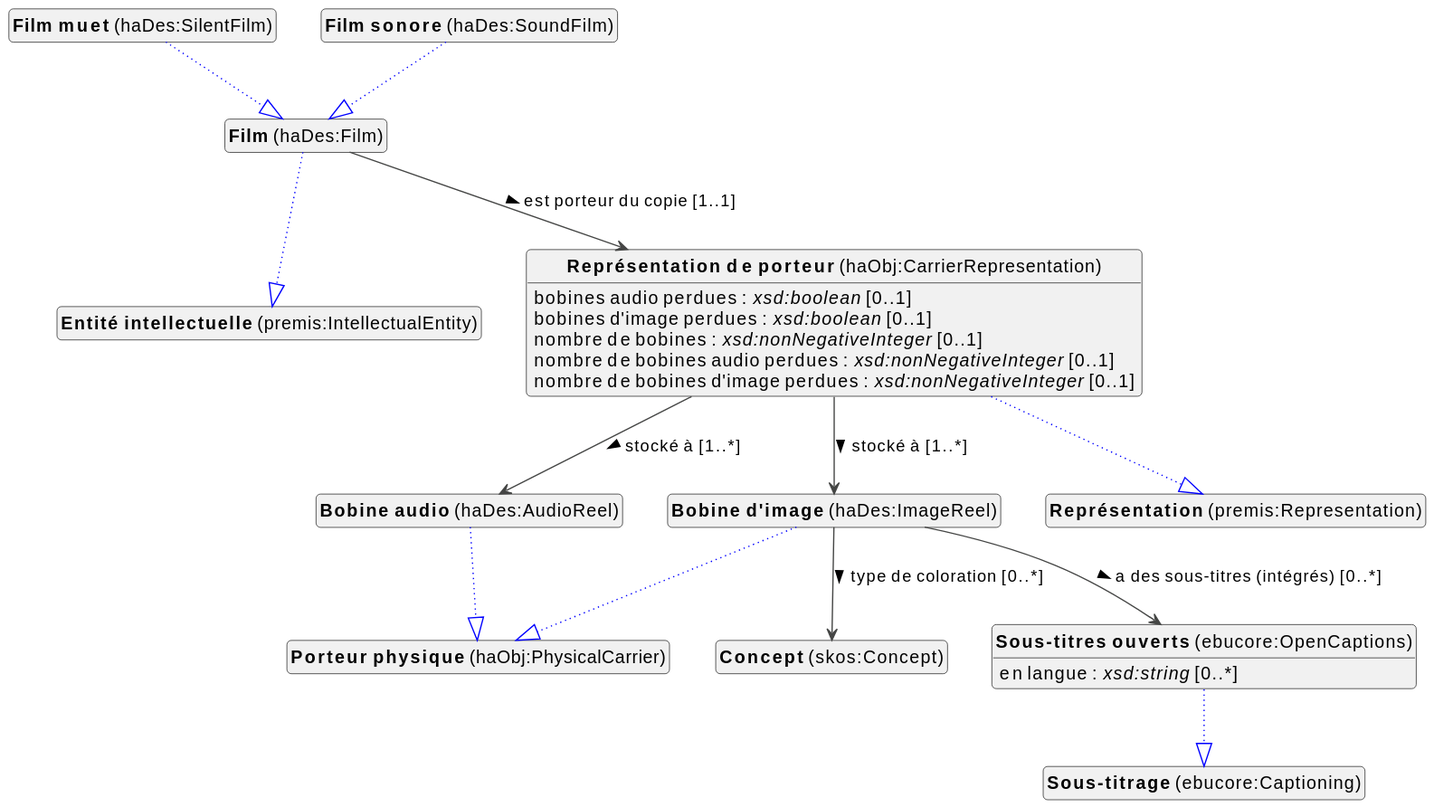
Earlier version of the PlantUML export docs/metadata/knowledge-graph/1.0.0/film/fr/film-diagram.svg (viaacode/documentation).
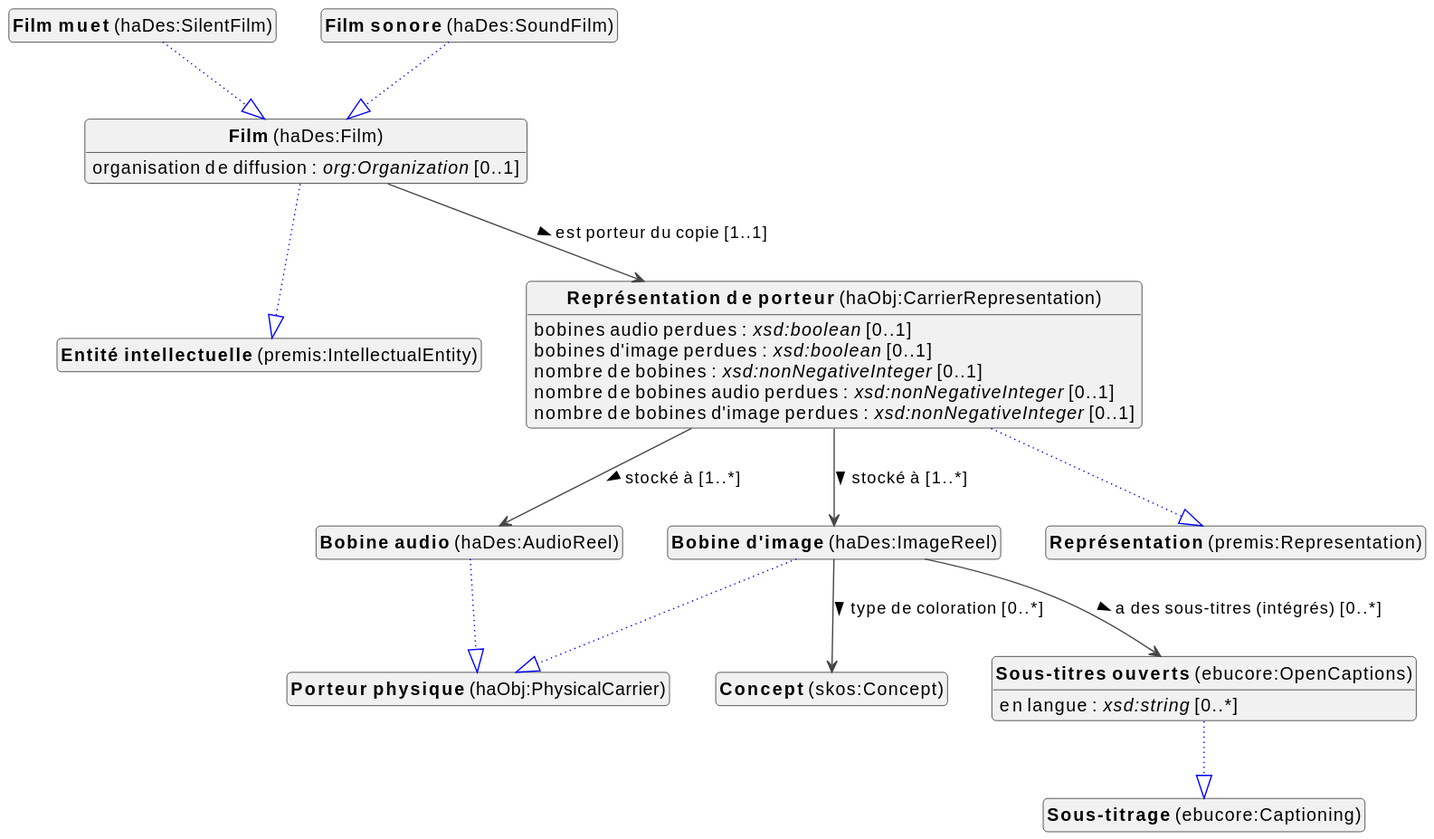
After the change.

Diff of the diagram source:
```diff
@@ -14,7 +14,7 @@
 class "<b>Porteur physique</b> (haObj:PhysicalCarrier)" as haObj_PhysicalCarrier [[#haObj%3APhysicalCarrier]]
 class "<b>Bobine d'image</b> (haDes:ImageReel)" as haDes_ImageReel [[#haDes%3AImageReel]]
 class "<b>Porteur physique</b> (haObj:PhysicalCarrier)" as haObj_PhysicalCarrier [[#haObj%3APhysicalCarrier]]
-class "<b>Concept</b> (skos:Concept)" as skos_Concept [[../../terms/fr#skos%3AConcept]]
+class "<b>Concept</b> (skos:Concept)" as skos_Concept [[../../rights/fr#skos%3AConcept]]
 class "<b>Film</b> (haDes:Film)" as haDes_Film [[#haDes%3AFilm]]
 class "<b>Entité intellectuelle</b> (premis:IntellectualEntity)" as premis_IntellectualEntity [[#premis%3AIntellectualEntity]]
 class "<b>Film muet</b> (haDes:SilentFilm)" as haDes_SilentFilm [[#haDes%3ASilentFilm]]
@@ -38,7 +38,9 @@
 
 haDes_Film --|> premis_IntellectualEntity #blue;line.dotted;text:blue
 
+haDes_Film : organisation de diffusion : <i>org:Organization</i> [0..1]
 haDes_Film --> haObj_CarrierRepresentation :est porteur du copie [1..1]  >
+
 
 haDes_SilentFilm --|> haDes_Film #blue;line.dotted;text:blue
 
```
